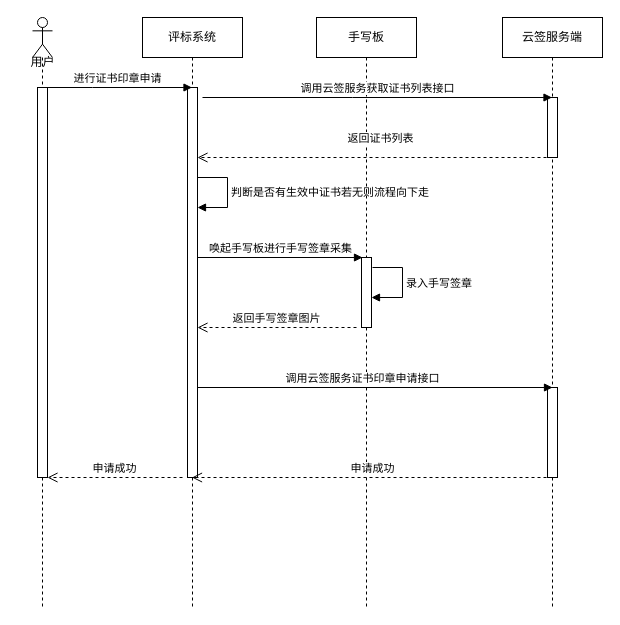
Before: 云证书-pin码签章.drawio in ljhaust/studycode, a draw.io diagram. Source tidied: cells renumbered, new cells numbered last; positions are measured from the earlier drawing's top-left corner, leaving out a move shared by most shapes. Both pictures are drawn from the tidied source at 100%, with x=0, y=0 at pixel (17, 17).
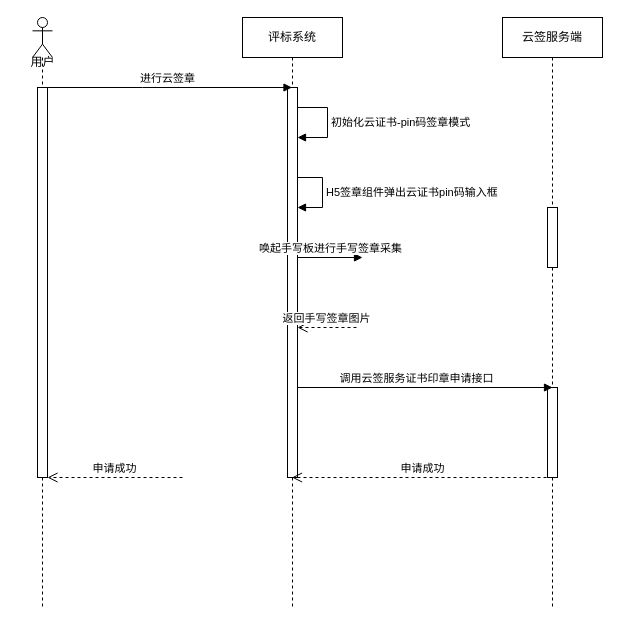
After the change.

Commit message (it also covers changes not shown here):
更新云证书-pin码签章.drawio

The change refers to these unchanged cells:
```xml
<mxCell id="3" style="html=1;points=[];perimeter=orthogonalPerimeter;outlineConnect=0;targetShapes=umlLifeline;portConstraint=eastwest;newEdgeStyle={&quot;edgeStyle&quot;:&quot;elbowEdgeStyle&quot;,&quot;elbow&quot;:&quot;vertical&quot;,&quot;curved&quot;:0,&quot;rounded&quot;:0};" parent="2" vertex="1">
  <mxGeometry x="45" y="70" width="10" height="390" as="geometry" />
</mxCell>
<mxCell id="8" value="云签服务端" style="shape=umlLifeline;perimeter=lifelinePerimeter;whiteSpace=wrap;html=1;outlineConnect=0;portConstraint=eastwest;newEdgeStyle={&quot;edgeStyle&quot;:&quot;elbowEdgeStyle&quot;,&quot;elbow&quot;:&quot;vertical&quot;,&quot;curved&quot;:0,&quot;rounded&quot;:0};" parent="1" vertex="1">
  <mxGeometry x="485" width="100" height="590" as="geometry" />
</mxCell>
```

What changed in the source:
```diff
@@
     <mxCell id="2" value="评标系统" style="shape=umlLifeline;perimeter=lifelinePerimeter;whiteSpace=wrap;html=1;outlineConnect=0;portConstraint=eastwest;newEdgeStyle={&quot;edgeStyle&quot;:&quot;elbowEdgeStyle&quot;,&quot;elbow&quot;:&quot;vertical&quot;,&quot;curved&quot;:0,&quot;rounded&quot;:0};" parent="1" vertex="1">
-      <mxGeometry x="125" width="100" height="590" as="geometry" />
+      <mxGeometry x="225" width="100" height="590" as="geometry" />
     </mxCell>
@@
-    <mxCell id="4" value="判断是否有生效中证书若无则流程向下走" style="html=1;align=left;spacingLeft=2;endArrow=block;rounded=0;edgeStyle=orthogonalEdgeStyle;curved=0;rounded=0;" parent="2" edge="1">
+    <mxCell id="4" value="初始化云证书-pin码签章模式" style="html=1;align=left;spacingLeft=2;endArrow=block;rounded=0;edgeStyle=orthogonalEdgeStyle;curved=0;rounded=0;" parent="2" edge="1">
       <mxGeometry relative="1" as="geometry">
-        <mxPoint x="55" y="160" as="sourcePoint" />
-        <mxPoint x="55" y="190" as="targetPoint" />
+        <mxPoint x="55" y="90" as="sourcePoint" />
+        <mxPoint x="55" y="120" as="targetPoint" />
         <Array as="points">
-          <mxPoint x="85" y="190" />
+          <mxPoint x="85" y="120" />
         </Array>
       </mxGeometry>
     </mxCell>
-    <mxCell id="5" value="手写板" style="shape=umlLifeline;perimeter=lifelinePerimeter;whiteSpace=wrap;html=1;newEdgeStyle={&quot;edgeStyle&quot;:&quot;elbowEdgeStyle&quot;,&quot;elbow&quot;:&quot;vertical&quot;,&quot;curved&quot;:0,&quot;rounded&quot;:0};" parent="1" vertex="1">
-      <mxGeometry x="299" width="100" height="590" as="geometry" />
-    </mxCell>
-    <mxCell id="6" style="html=1;points=[];perimeter=orthogonalPerimeter;outlineConnect=0;targetShapes=umlLifeline;portConstraint=eastwest;newEdgeStyle={&quot;edgeStyle&quot;:&quot;elbowEdgeStyle&quot;,&quot;elbow&quot;:&quot;vertical&quot;,&quot;curved&quot;:0,&quot;rounded&quot;:0};" parent="5" vertex="1">
-      <mxGeometry x="45" y="240" width="10" height="70" as="geometry" />
-    </mxCell>
-    <mxCell id="7" value="录入手写签章" style="html=1;align=left;spacingLeft=2;endArrow=block;rounded=0;edgeStyle=orthogonalEdgeStyle;curved=0;rounded=0;" parent="5" edge="1" target="6">
-      <mxGeometry relative="1" as="geometry">
-        <mxPoint x="56" y="250" as="sourcePoint" />
-        <Array as="points">
-          <mxPoint x="86" y="250" />
-          <mxPoint x="86" y="280" />
-        </Array>
-      </mxGeometry>
-    </mxCell>
+    <mxCell id="22" value="H5签章组件弹出云证书pin码输入框" style="html=1;align=left;spacingLeft=2;endArrow=block;rounded=0;edgeStyle=orthogonalEdgeStyle;curved=0;rounded=0;" parent="2" edge="1" source="3">
+      <mxGeometry relative="1" as="geometry">
+        <mxPoint x="55" y="190" as="targetPoint" />
+        <Array as="points">
+          <mxPoint x="80" y="160" />
+          <mxPoint x="80" y="190" />
+        </Array>
+      </mxGeometry>
+    </mxCell>
@@
     <mxCell id="10" style="html=1;perimeter=orthogonalPerimeter;targetShapes=umlLifeline;newEdgeStyle={&quot;edgeStyle&quot;:&quot;elbowEdgeStyle&quot;,&quot;elbow&quot;:&quot;vertical&quot;,&quot;curved&quot;:0,&quot;rounded&quot;:0};" parent="8" vertex="1">
-      <mxGeometry x="45" y="80" width="10" height="60" as="geometry" />
+      <mxGeometry x="45" y="190" width="10" height="60" as="geometry" />
     </mxCell>
@@
-    <mxCell id="13" value="进行证书印章申请" style="html=1;verticalAlign=bottom;endArrow=block;edgeStyle=elbowEdgeStyle;elbow=vertical;curved=0;rounded=0;" parent="1" edge="1" target="2">
+    <mxCell id="13" value="进行云签章" style="html=1;verticalAlign=bottom;endArrow=block;edgeStyle=elbowEdgeStyle;elbow=vertical;curved=0;rounded=0;" parent="1" edge="1" target="2">
       <mxGeometry relative="1" as="geometry">
         <mxPoint x="25" y="70" as="sourcePoint" />
       </mxGeometry>
     </mxCell>
@@
-    <mxCell id="17" value="调用云签服务获取证书列表接口" style="html=1;verticalAlign=bottom;endArrow=block;edgeStyle=elbowEdgeStyle;elbow=vertical;curved=0;rounded=0;" parent="1" edge="1" target="8">
-      <mxGeometry relative="1" as="geometry">
-        <mxPoint x="185" y="80" as="sourcePoint" />
-      </mxGeometry>
-    </mxCell>
-    <mxCell id="18" value="返回证书列表" style="html=1;verticalAlign=bottom;endArrow=open;dashed=1;endSize=8;edgeStyle=elbowEdgeStyle;elbow=vertical;curved=0;rounded=0;" parent="1" edge="1" target="3">
-      <mxGeometry x="-0.03" y="-10" relative="1" as="geometry">
-        <mxPoint x="535" y="140" as="sourcePoint" />
-        <Array as="points">
-          <mxPoint x="365" y="140" />
-        </Array>
-      </mxGeometry>
-    </mxCell>
```
